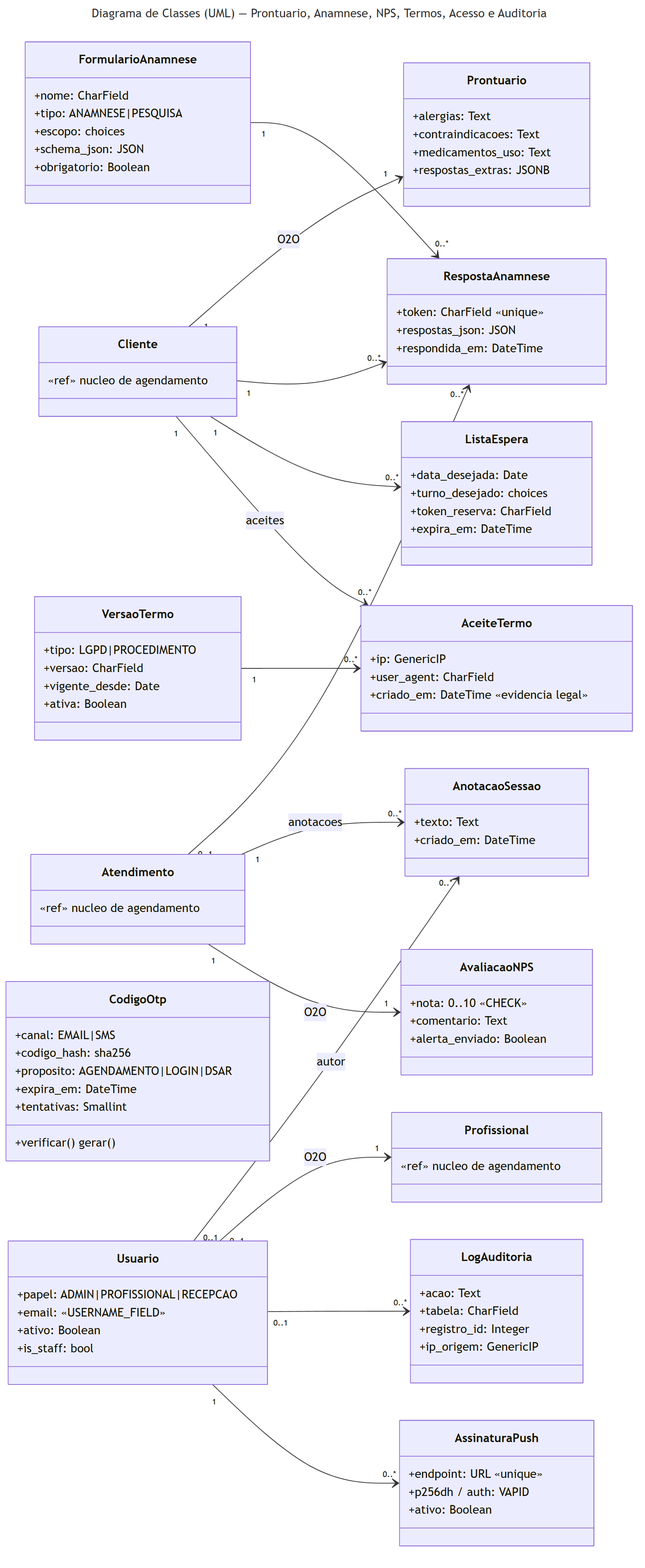
This is docs/diagramas/05-classe-prontuario-lgpd.png from RafaelSMaciel/jaqueline-aranha-estetica, a Mermaid export, as it was before one commit. Its source is kept beside it as docs/diagramas/05-classe-prontuario-lgpd.mmd.
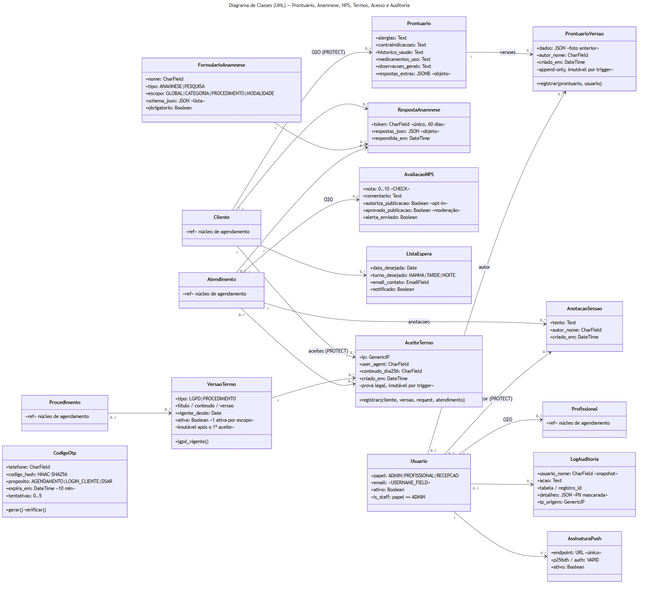
The same diagram one commit later.

What changed in the source:
```diff
@@ -1,100 +1,125 @@
 ---
-title: Diagrama de Classes (UML) — Prontuario, Anamnese, NPS, Termos, Acesso e Auditoria
+title: Diagrama de Classes (UML) — Prontuário, Anamnese, NPS, Termos, Acesso e Auditoria
 ---
 classDiagram
     direction LR
 
     class Cliente {
-        «ref» nucleo de agendamento
+        «ref» núcleo de agendamento
     }
     class Atendimento {
-        «ref» nucleo de agendamento
+        «ref» núcleo de agendamento
+    }
+    class Procedimento {
+        «ref» núcleo de agendamento
     }
 
     class Prontuario {
         +alergias: Text
         +contraindicacoes: Text
+        +historico_saude: Text
         +medicamentos_uso: Text
-        +respostas_extras: JSONB
+        +observacoes_gerais: Text
+        +respostas_extras: JSONB «objeto»
+    }
+    class ProntuarioVersao {
+        +dados: JSON «foto anterior»
+        +autor_nome: CharField
+        +criado_em: DateTime
+        «append-only, imutável por trigger»
+        +registrar(prontuario, usuario)
     }
     class AnotacaoSessao {
         +texto: Text
+        +autor_nome: CharField
         +criado_em: DateTime
     }
     class FormularioAnamnese {
         +nome: CharField
         +tipo: ANAMNESE|PESQUISA
-        +escopo: choices
-        +schema_json: JSON
+        +escopo: GLOBAL|CATEGORIA|PROCEDIMENTO|MODALIDADE
+        +schema_json: JSON «lista»
         +obrigatorio: Boolean
     }
     class RespostaAnamnese {
-        +token: CharField «unique»
-        +respostas_json: JSON
+        +token: CharField «único, 60 dias»
+        +respostas_json: JSON «objeto»
         +respondida_em: DateTime
     }
     class AvaliacaoNPS {
         +nota: 0..10 «CHECK»
         +comentario: Text
+        +autoriza_publicacao: Boolean «opt-in»
+        +aprovado_publicacao: Boolean «moderação»
         +alerta_enviado: Boolean
     }
     class ListaEspera {
         +data_desejada: Date
-        +turno_desejado: choices
-        +token_reserva: CharField
-        +expira_em: DateTime
+        +turno_desejado: MANHA|TARDE|NOITE
+        +email_contato: EmailField
+        +notificado: Boolean
     }
     class Usuario {
         +papel: ADMIN|PROFISSIONAL|RECEPCAO
         +email: «USERNAME_FIELD»
         +ativo: Boolean
-        +is_staff: bool
+        +is_staff: papel == ADMIN
     }
     class CodigoOtp {
-        +canal: EMAIL|SMS
-        +codigo_hash: sha256
-        +proposito: AGENDAMENTO|LOGIN|DSAR
-        +expira_em: DateTime
-        +tentativas: Smallint
-        +verificar() gerar()
+        +telefone: CharField
+        +codigo_hash: HMAC-SHA256
+        +proposito: AGENDAMENTO|LOGIN_CLIENTE|DSAR
+        +expira_em: DateTime «10 min»
+        +tentativas: 0..5
+        +gerar() verificar()
     }
     class VersaoTermo {
         +tipo: LGPD|PROCEDIMENTO
-        +versao: CharField
+        +titulo / conteudo / versao
         +vigente_desde: Date
-        +ativa: Boolean
+        +ativa: Boolean «1 ativa por escopo»
+        «imutável após o 1º aceite»
+        +lgpd_vigente()
     }
     class AceiteTermo {
         +ip: GenericIP
         +user_agent: CharField
-        +criado_em: DateTime «evidencia legal»
+        +conteudo_sha256: CharField
+        +criado_em: DateTime
+        «prova legal, imutável por trigger»
+        +registrar(cliente, versao, request, atendimento)
     }
     class LogAuditoria {
+        +usuario_nome: CharField «snapshot»
         +acao: Text
-        +tabela: CharField
-        +registro_id: Integer
+        +tabela / registro_id
+        +detalhes: JSON «PII mascarada»
         +ip_origem: GenericIP
     }
     class AssinaturaPush {
-        +endpoint: URL «unique»
+        +endpoint: URL «único»
         +p256dh / auth: VAPID
         +ativo: Boolean
     }
 
-    Cliente "1" --> "1" Prontuario : O2O
+    Cliente "1" --> "0..1" Prontuario : O2O (PROTECT)
+    Prontuario "1" --> "0..*" ProntuarioVersao : versoes
+    Usuario "0..1" --> "0..*" ProntuarioVersao : autor
     Cliente "1" --> "0..*" RespostaAnamnese
     FormularioAnamnese "1" --> "0..*" RespostaAnamnese
     Atendimento "0..1" --> "0..*" RespostaAnamnese
     Atendimento "1" --> "0..*" AnotacaoSessao : anotacoes
-    Usuario "0..1" --> "0..*" AnotacaoSessao : autor
-    Atendimento "1" --> "1" AvaliacaoNPS : O2O
+    Usuario "0..1" --> "0..*" AnotacaoSessao : autor (PROTECT)
+    Atendimento "1" --> "0..1" AvaliacaoNPS : O2O
     Cliente "1" --> "0..*" ListaEspera
-    Usuario "0..1" --> "1" Profissional : O2O
-    Cliente "1" --> "0..*" AceiteTermo : aceites
+    Usuario "0..1" --> "0..1" Profissional : O2O
+    Cliente "1" --> "0..*" AceiteTermo : aceites (PROTECT)
     VersaoTermo "1" --> "0..*" AceiteTermo
+    Atendimento "0..1" --> "0..*" AceiteTermo
+    Procedimento "0..1" --> "0..*" VersaoTermo
     Usuario "0..1" --> "0..*" LogAuditoria
     Usuario "1" --> "0..*" AssinaturaPush
 
     class Profissional {
-        «ref» nucleo de agendamento
+        «ref» núcleo de agendamento
     }
```
